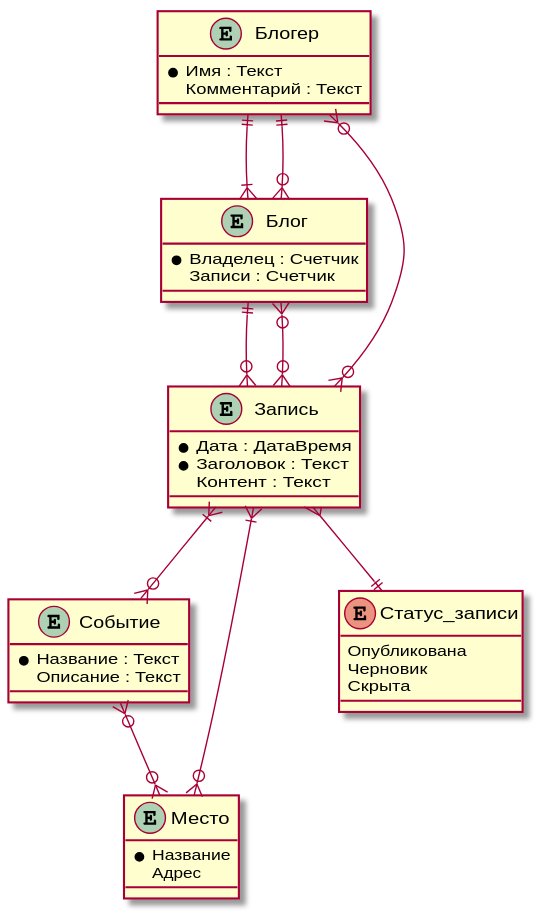
The PlantUML diagram пример диаграммы сущностей.svg in ioplker/plantuml-highlight, before a commit.
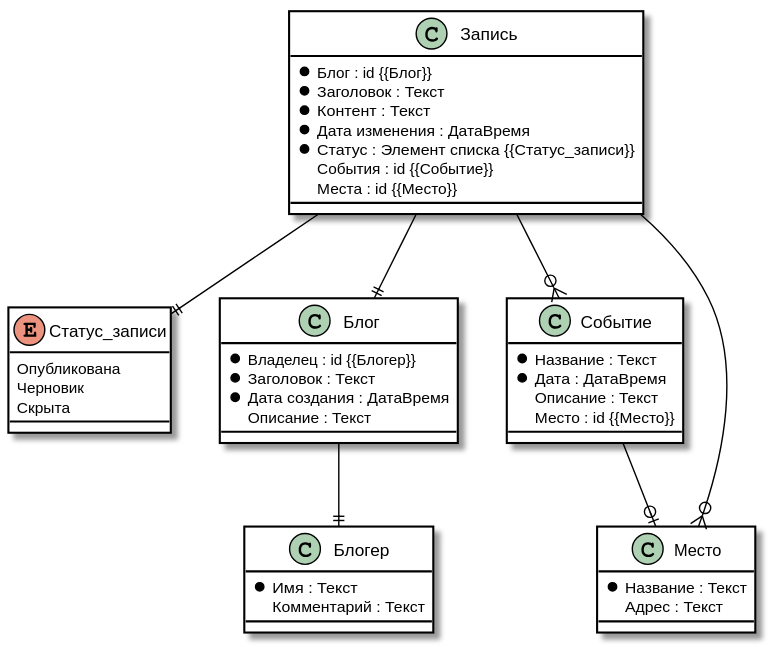
Above is the later version.

Change to the diagram source:
```diff
@@ -1,29 +1,14 @@
 @startuml
-entity Блогер {
-* Имя : Текст
-Комментарий : Текст
-}
+skinparam BackgroundColor #FFFFFF
+skinparam ArrowColor #000000
 
-entity Блог {
-* Владелец : Счетчик
-Записи : Счетчик
-}
+skinparam titleBorderRoundCorner 15
+skinparam titleBorderThickness 2
+skinparam titleBorderColor Red
+skinparam titleBackgroundColor Cyan
 
-entity Запись {
-* Дата : ДатаВремя
-* Заголовок : Текст
-Контент : Текст
-}
-
-entity Событие {
-* Название : Текст
-Описание : Текст
-}
-
-entity Место {
-* Название
-Адрес
-}
+skinparam ClassBorderColor #000000
+skinparam ClassBackgroundColor #FFFFFF
 
 enum Статус_записи {
 Опубликована
@@ -32,13 +17,46 @@
 }
 
 
-Блогер ||--|{ Блог
-Блогер ||--o{ Блог
-Блог ||--o{ Запись
-Запись }--|| Статус_записи
-Запись }o--o{ Блог
-Запись }|--o{ Событие
-Запись }|--o{ Место
-Запись }o--o{ Блогер
-Событие }o--o{ Место
+class Блогер {
+* Имя : Текст
+Комментарий : Текст
+}
+
+class Блог {
+* Владелец : id {{Блогер}}
+* Заголовок : Текст
+* Дата создания : ДатаВремя
+Описание : Текст
+}
+
+class Запись {
+* Блог : id {{Блог}}
+* Заголовок : Текст
+* Контент : Текст
+* Дата изменения : ДатаВремя
+* Статус : Элемент списка {{Статус_записи}}
+События : id {{Событие}}
+Места : id {{Место}}
+}
+
+class Событие {
+* Название : Текст
+* Дата : ДатаВремя
+Описание : Текст
+Место : id {{Место}}
+}
+
+class Место {
+* Название : Текст
+Адрес : Текст
+}
+
+
+Блог --|| Блогер
+Запись --|| Блог
+Запись --|| Статус_записи
+Запись --o{ Событие
+Запись --o{ Место
+Событие --o| Место
+
 @enduml
```
